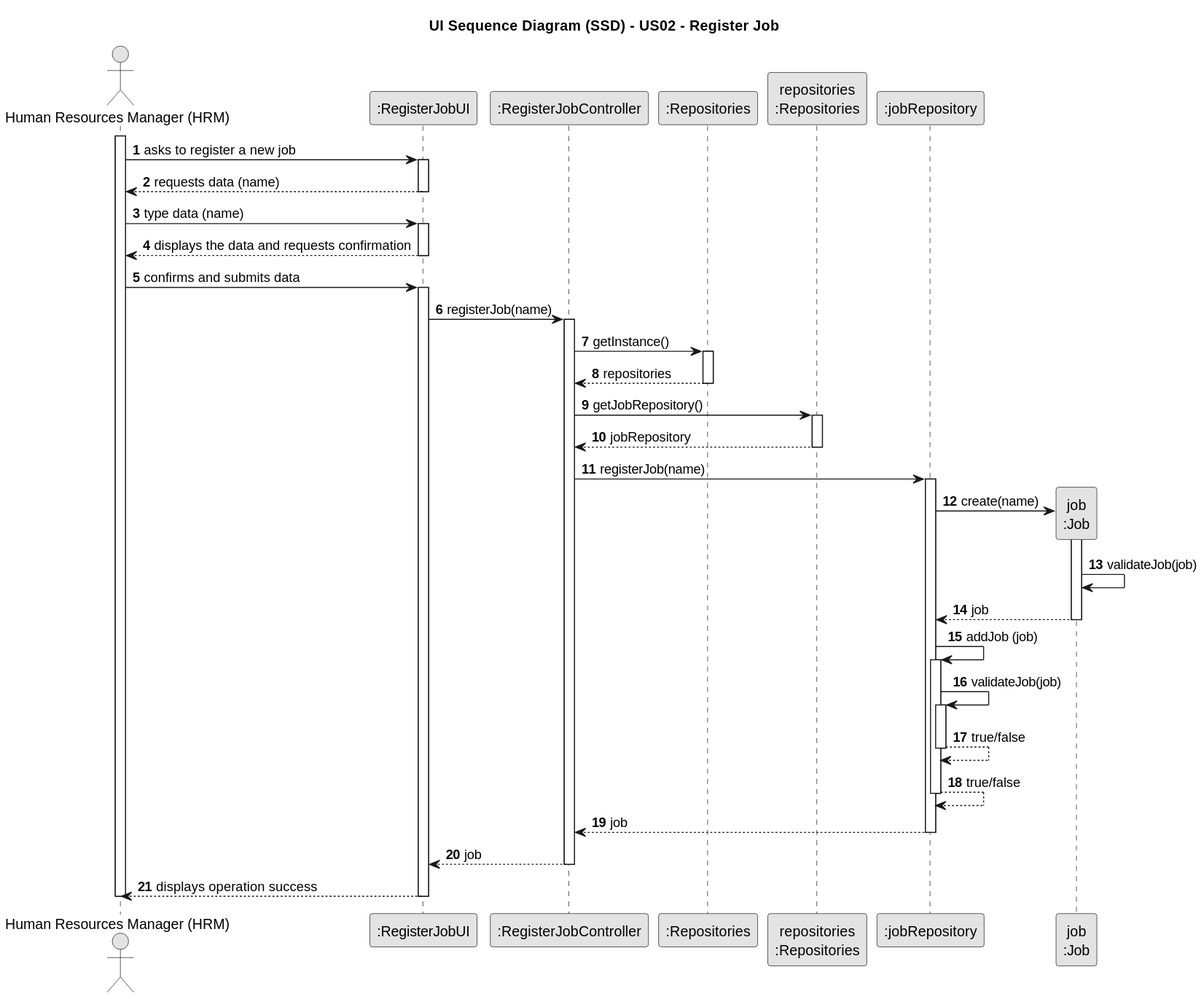
Above: docs/sprint2/us02/03.design/svg/us02-sequence-diagram.svg in Departamento-de-Engenharia-Informatica/lei-24-s2-1db-g022 (PlantUML), before the change.
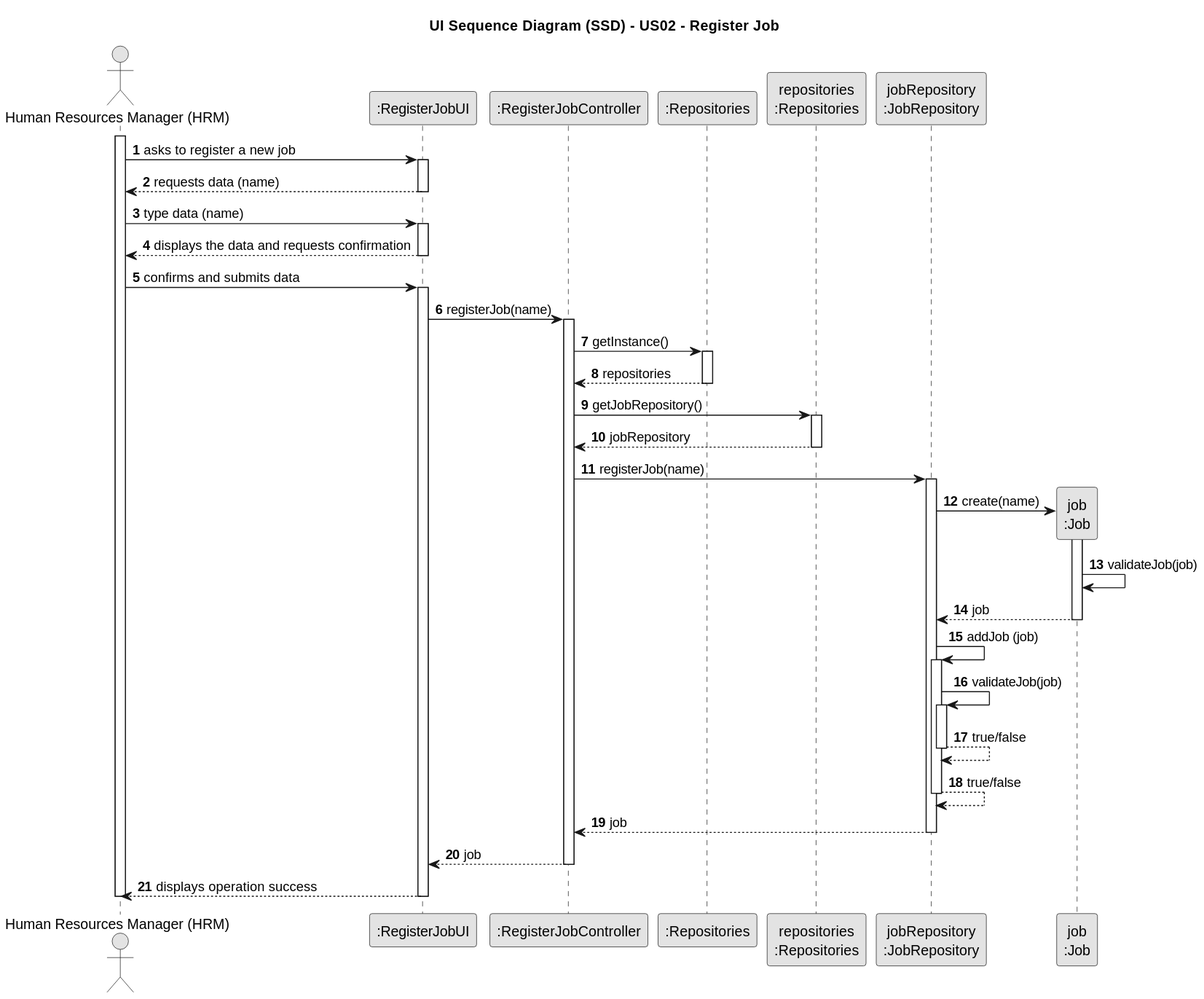
After the change.

Diff of the diagram source:
```diff
@@ -12,7 +12,7 @@
 participant ":RegisterJobController" as CTRL
 participant ":Repositories" as RepositorySingleton
 participant "repositories\n:Repositories" as PLAT
-participant ":jobRepository" as JR
+participant "jobRepository\n:JobRepository" as JR
 participant "job\n:Job" as JOB
 
 activate HRM
```
